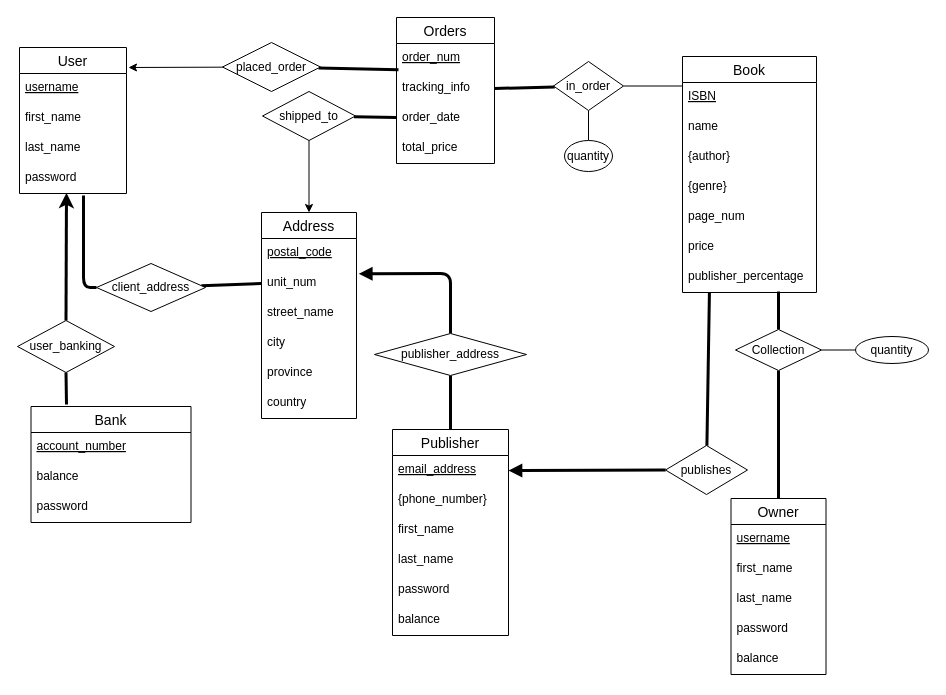
Earlier version of the draw.io diagram Diagrams/2.1 Conceptual Design.drawio (MiniEinsteinD/BookStore). Source tidied: cells renumbered, new cells numbered last; positions are measured from the earlier drawing's top-left corner, leaving out a move shared by most shapes. Both pictures are drawn from the tidied source at 100%, with x=0, y=0 at pixel (17, 17).
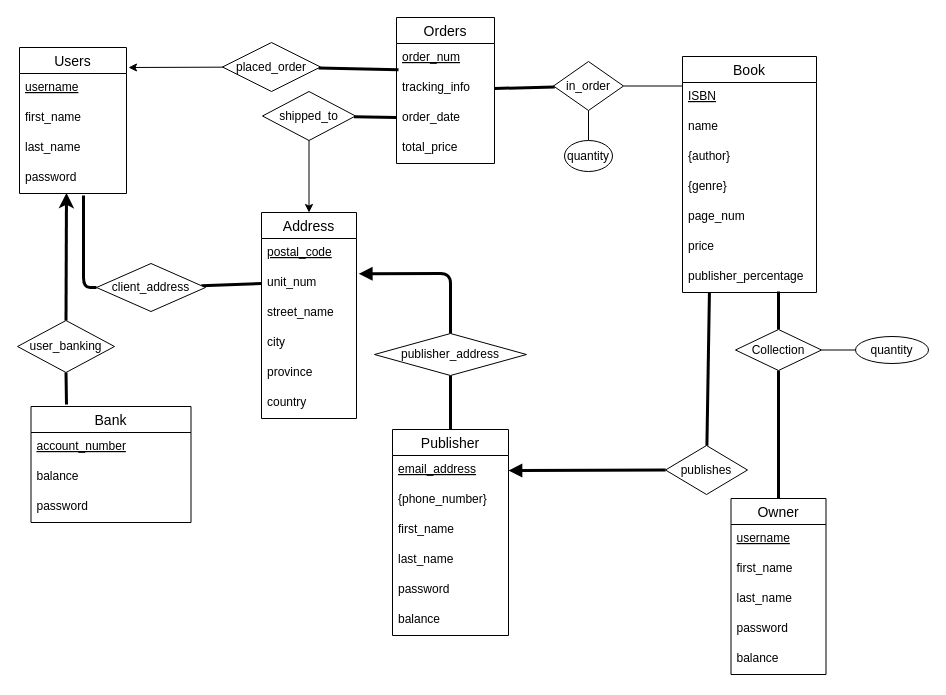
The same page after the edit.

The edit, as a diff of the source:
```diff
@@
-    <mxCell id="2" value="User" style="swimlane;fontStyle=0;horizontal=1;startSize=26;align=center;fontSize=14;fontColor=default;" parent="1" vertex="1">
+    <mxCell id="2" value="Users" style="swimlane;fontStyle=0;horizontal=1;startSize=26;align=center;fontSize=14;fontColor=default;" parent="1" vertex="1">
       <mxGeometry x="2" y="30" width="107" height="146" as="geometry" />
     </mxCell>
```
